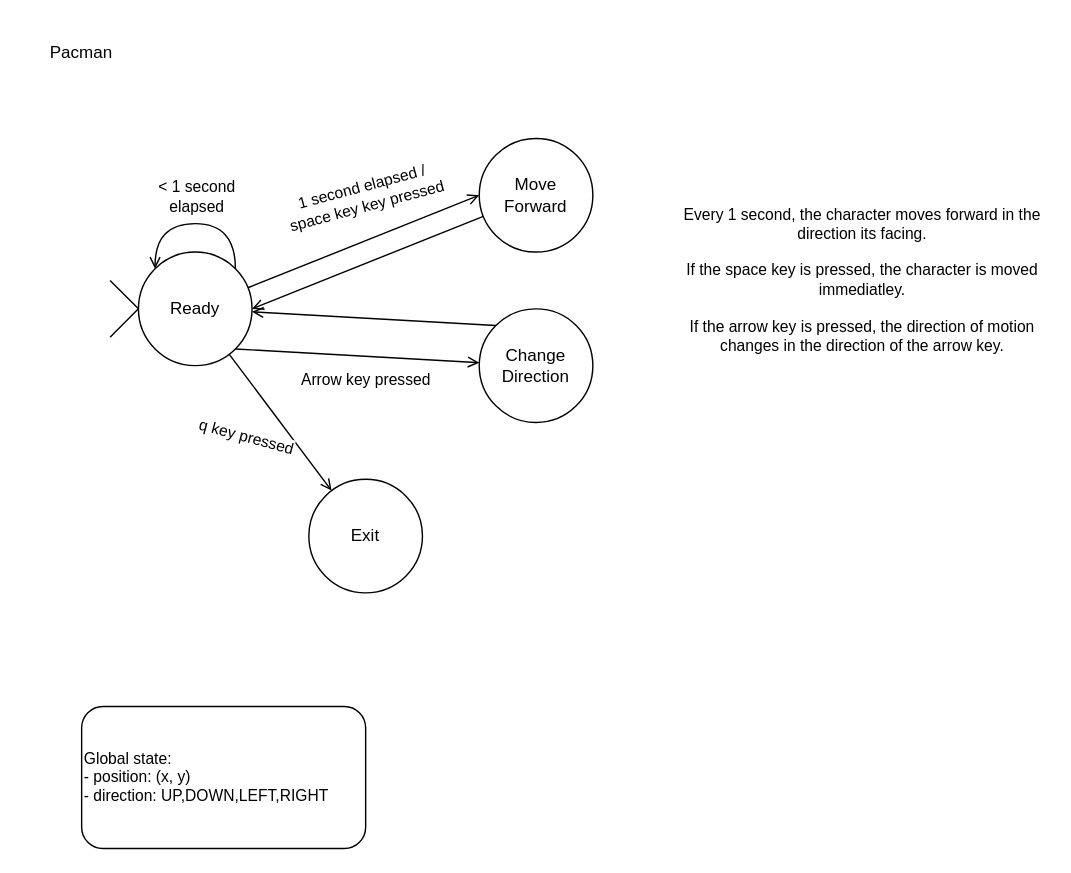
Before: State-machine.drawio in asuyer-wpi/FSM-Simulation, a draw.io diagram. Source tidied: cells renumbered, new cells numbered last; positions are measured from the earlier drawing's top-left corner, leaving out a move shared by most shapes. Both pictures are drawn from the tidied source at 142%, with x=0, y=0 at pixel (24, 24).
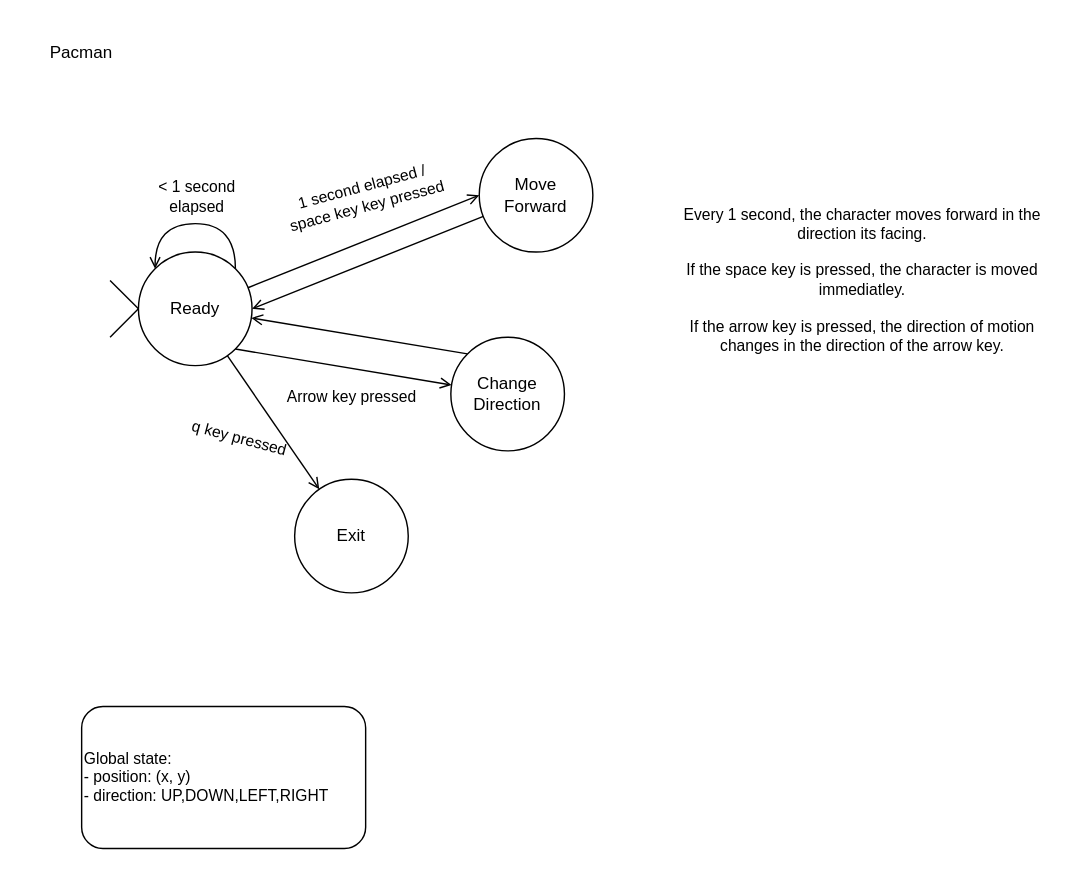
After the change.

Commit message (it also covers changes not shown here):
Added EXIT state to plan

The change refers to these unchanged cells:
```xml
<mxCell id="6" style="edgeStyle=none;shape=connector;rounded=0;jettySize=auto;html=1;strokeColor=default;align=center;verticalAlign=middle;fontFamily=Helvetica;fontSize=11;fontColor=default;labelBackgroundColor=default;endArrow=open;endFill=0;" parent="1" edge="1" source="8" target="20">
  <mxGeometry relative="1" as="geometry" />
</mxCell>
```

Diff of the diagram source:
```diff
@@
-    <mxCell id="7" value="q key pressed" style="edgeLabel;html=1;align=center;verticalAlign=middle;fontFamily=Helvetica;fontSize=11;fontColor=default;labelBackgroundColor=default;rotation=15;" parent="6" vertex="1">
+    <mxCell id="7" value="q key pressed" style="edgeLabel;html=1;align=center;verticalAlign=middle;fontFamily=Helvetica;fontSize=11;fontColor=default;labelBackgroundColor=none;rotation=15;" parent="6" vertex="1">
       <mxGeometry x="-0.01" y="1" relative="1" as="geometry">
         <mxPoint x="-25" y="11" as="offset" />
       </mxGeometry>
     </mxCell>
@@
     <mxCell id="15" value="Change Direction" style="ellipse;whiteSpace=wrap;html=1;" parent="1" vertex="1">
-      <mxGeometry x="320" y="200" width="80" height="80" as="geometry" />
+      <mxGeometry x="300" y="220" width="80" height="80" as="geometry" />
     </mxCell>
@@
     <mxCell id="20" value="Exit" style="ellipse;whiteSpace=wrap;html=1;" parent="1" vertex="1">
-      <mxGeometry x="200" y="320" width="80" height="80" as="geometry" />
+      <mxGeometry x="190" y="320" width="80" height="80" as="geometry" />
     </mxCell>
```
